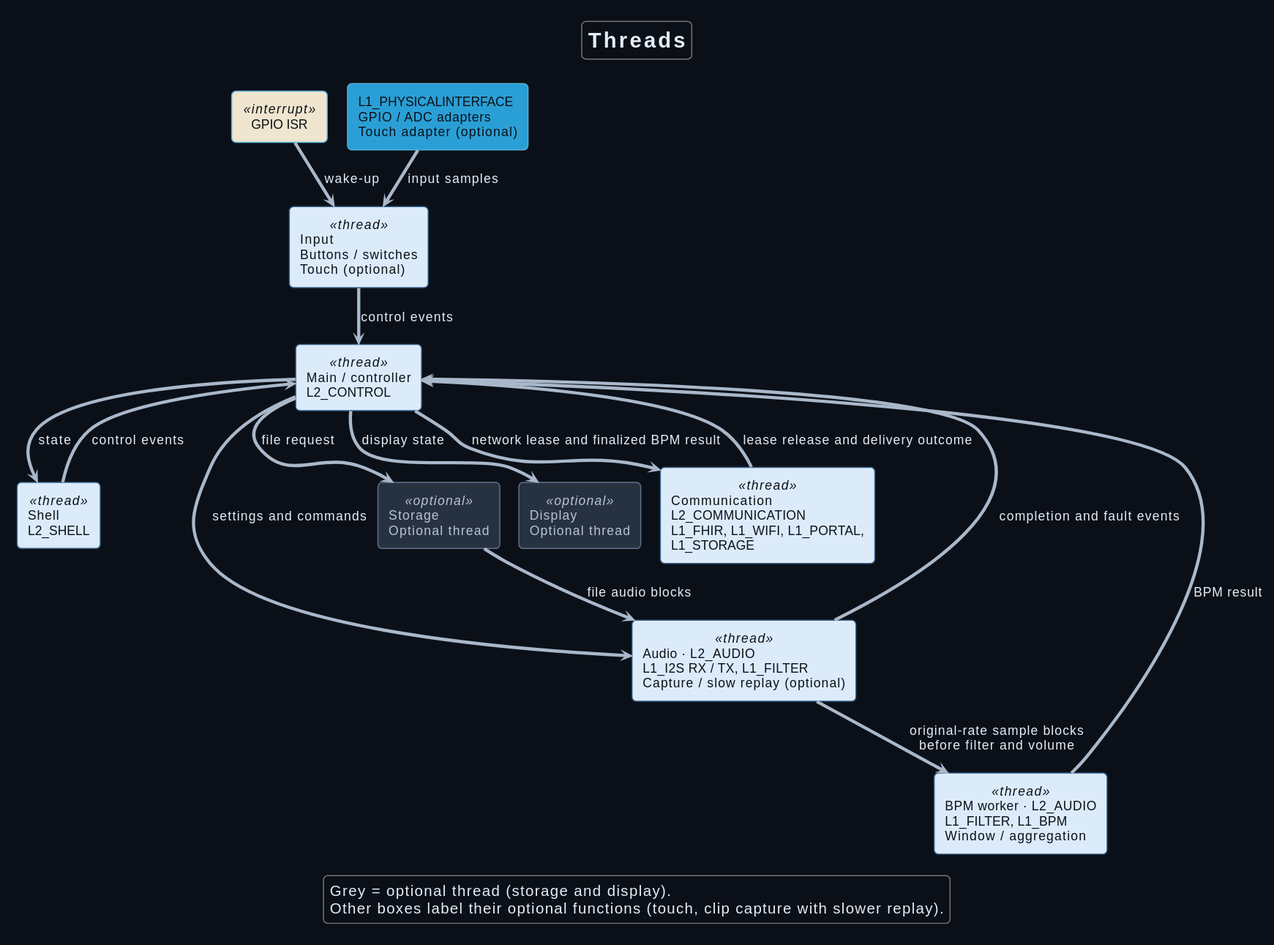
Earlier version of the PlantUML export Development/system/architecture/system/rendered/runtime_ownership.svg (DemonicPsychoII/DigitalStethoscope).
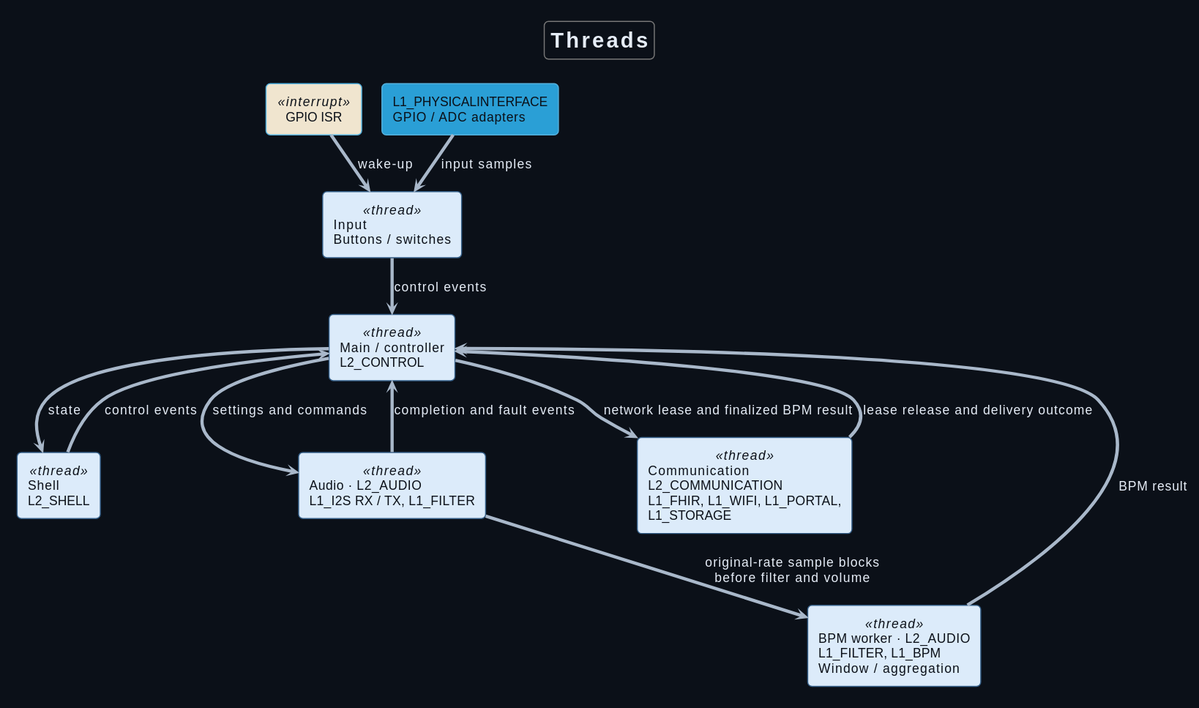
After the commit.

Diff of the diagram source:
```diff
@@ -28,14 +28,12 @@
  FontColor<<interrupt>> #0b1018
 }
 component "GPIO ISR" as irq <<interrupt>>
-component "L1_PHYSICALINTERFACE\nGPIO / ADC adapters\nTouch adapter (optional)" as adapters
-component "Input\nButtons / switches\nTouch (optional)" as inp <<thread>>
+component "L1_PHYSICALINTERFACE\nGPIO / ADC adapters" as adapters
+component "Input\nButtons / switches" as inp <<thread>>
 component "Shell\nL2_SHELL" as shell <<thread>>
 component "Main / controller\nL2_CONTROL" as ctl <<thread>>
-component "Audio · L2_AUDIO\nL1_I2S RX / TX, L1_FILTER\nCapture / slow replay (optional)" as audio <<thread>>
+component "Audio · L2_AUDIO\nL1_I2S RX / TX, L1_FILTER" as audio <<thread>>
 component "BPM worker · L2_AUDIO\nL1_FILTER, L1_BPM\nWindow / aggregation" as bpm <<thread>>
-component "Storage\nOptional thread" as storage <<optional>>
-component "Display\nOptional thread" as display <<optional>>
 component "Communication\nL2_COMMUNICATION\nL1_FHIR, L1_WIFI, L1_PORTAL,\nL1_STORAGE" as net <<thread>>
 irq --> inp : wake-up
 adapters --> inp : input samples
@@ -46,13 +44,6 @@
 audio --> bpm : original-rate sample blocks\nbefore filter and volume
 bpm --> ctl : BPM result
 audio --> ctl : completion and fault events
-ctl --> storage : file request
-storage --> audio : file audio blocks
-ctl --> display : display state
 ctl --> net : network lease and finalized BPM result
 net --> ctl : lease release and delivery outcome
-legend bottom
-  Grey = optional thread (storage and display).
-  Other boxes label their optional functions (touch, clip capture with slower replay).
-endlegend
 @enduml
```
